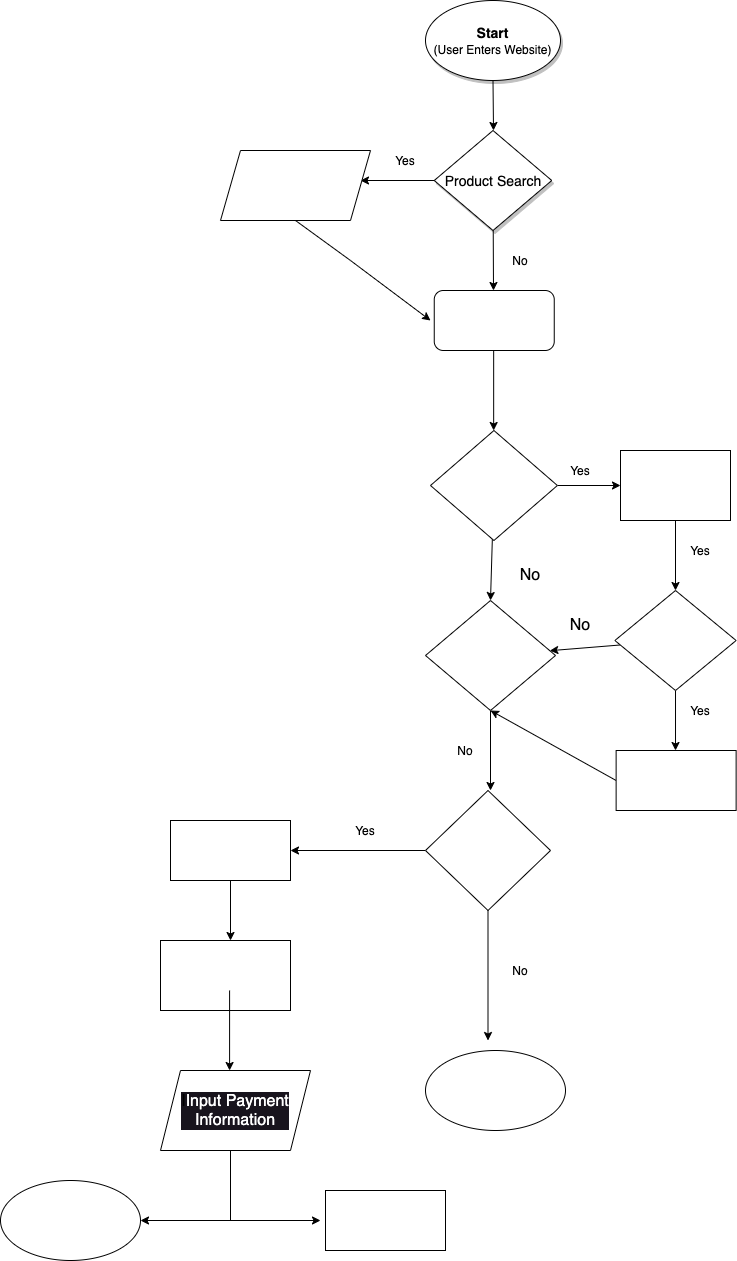
Before: explore/diagramming/diagram.drawio.png, a diagram exported from draw.io (namburiamit/sp23-cse110-lab4). Source tidied: cells renumbered, new cells last; positions are measured from the earlier drawing's top-left corner, leaving out a move shared by most shapes.
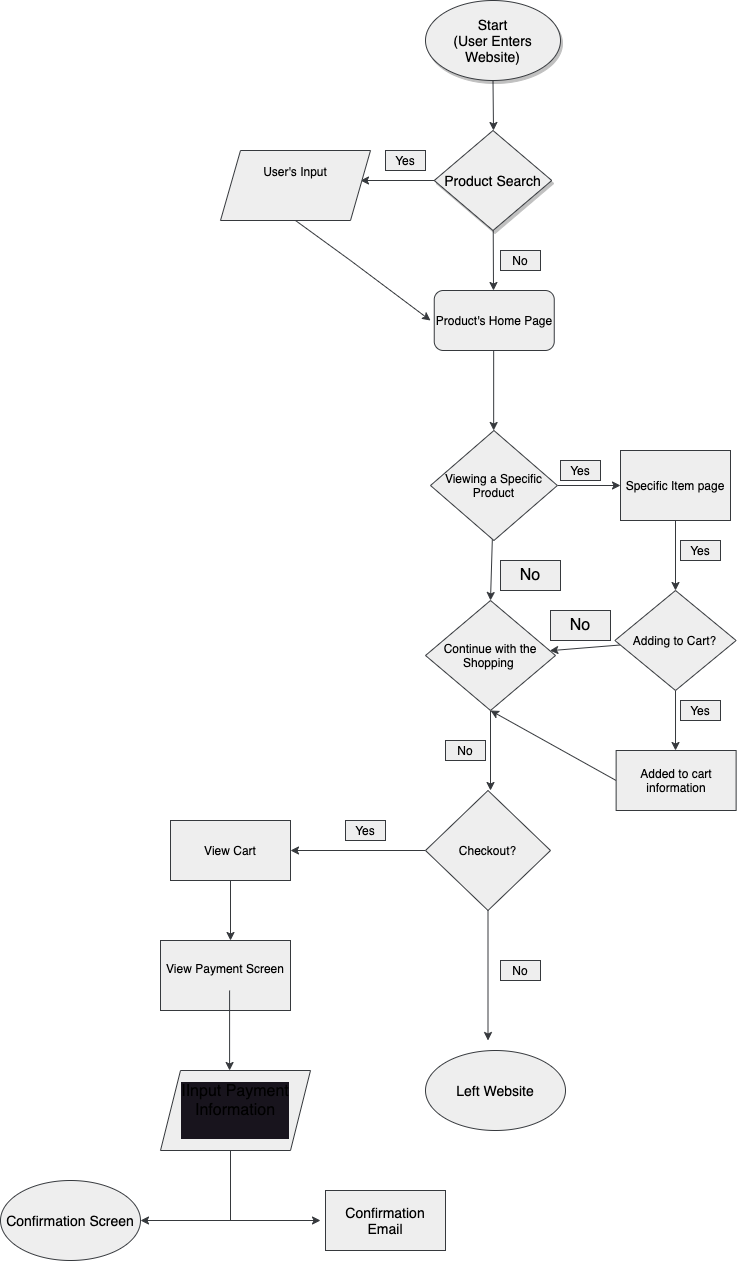
The same diagram one commit later.

Commit message:
diagram chanegs

Diff of the diagram source:
```diff
@@ -2,40 +2,40 @@
   <root>
     <mxCell id="0" />
     <mxCell id="1" parent="0" />
-    <mxCell id="2" style="edgeStyle=none;html=1;fontSize=14;strokeColor=#000000;" parent="1" edge="1" source="3">
+    <mxCell id="2" style="edgeStyle=none;fontSize=14;fillColor=#eeeeee;strokeColor=#36393d;fontColor=#000000;" parent="1" edge="1" source="3">
       <mxGeometry relative="1" as="geometry">
         <mxPoint x="493" y="130" as="targetPoint" />
       </mxGeometry>
     </mxCell>
-    <mxCell id="3" value="&lt;b style=&quot;font-size: 12px;&quot;&gt;&lt;font style=&quot;font-size: 14px;&quot;&gt;Start&lt;br&gt;&lt;/font&gt;&lt;/b&gt;&lt;span style=&quot;font-size: 12px;&quot;&gt;(User Enters Website)&lt;/span&gt;" style="ellipse;whiteSpace=wrap;html=1;shadow=1;fontSize=14;" parent="1" vertex="1">
+    <mxCell id="3" value="Start&#10;(User Enters Website)" style="ellipse;whiteSpace=wrap;shadow=1;fontSize=14;fillColor=#eeeeee;strokeColor=#36393d;fontColor=#000000;" parent="1" vertex="1">
       <mxGeometry x="425" width="135" height="80" as="geometry" />
     </mxCell>
-    <mxCell id="4" style="edgeStyle=none;html=1;strokeColor=#000000;" parent="1" edge="1" source="6">
+    <mxCell id="4" style="edgeStyle=none;fillColor=#eeeeee;strokeColor=#36393d;fontColor=#000000;" parent="1" edge="1" source="6">
       <mxGeometry relative="1" as="geometry">
         <mxPoint x="360" y="180" as="targetPoint" />
       </mxGeometry>
     </mxCell>
-    <mxCell id="5" style="edgeStyle=none;html=1;strokeColor=#000000;fontColor=#FFFFFF;" parent="1" edge="1" source="6">
+    <mxCell id="5" style="edgeStyle=none;fontColor=#000000;fillColor=#eeeeee;strokeColor=#36393d;" parent="1" edge="1" source="6">
       <mxGeometry relative="1" as="geometry">
         <mxPoint x="493" y="290" as="targetPoint" />
       </mxGeometry>
     </mxCell>
-    <mxCell id="6" value="Product Search" style="rhombus;whiteSpace=wrap;html=1;shadow=1;fontSize=14;" parent="1" vertex="1">
+    <mxCell id="6" value="Product Search" style="rhombus;whiteSpace=wrap;shadow=1;fontSize=14;fillColor=#eeeeee;strokeColor=#36393d;fontColor=#000000;" parent="1" vertex="1">
       <mxGeometry x="433.8" y="130" width="117.5" height="100" as="geometry" />
     </mxCell>
-    <mxCell id="7" value="&lt;font color=&quot;#000000&quot;&gt;Yes&lt;/font&gt;" style="text;strokeColor=none;align=center;fillColor=none;html=1;verticalAlign=middle;whiteSpace=wrap;rounded=0;" parent="1" vertex="1">
+    <mxCell id="7" value="Yes" style="text;align=center;verticalAlign=middle;whiteSpace=wrap;rounded=0;fillColor=#eeeeee;strokeColor=#36393d;fontColor=#000000;" parent="1" vertex="1">
       <mxGeometry x="385" y="150" width="40" height="20" as="geometry" />
     </mxCell>
-    <mxCell id="8" value="&lt;font color=&quot;#ffffff&quot;&gt;User's Input&lt;br&gt;&lt;br&gt;&lt;/font&gt;" style="shape=parallelogram;perimeter=parallelogramPerimeter;whiteSpace=wrap;html=1;fixedSize=1;fontColor=#000000;" parent="1" vertex="1">
+    <mxCell id="8" value="User's Input&#10;&#10;" style="shape=parallelogram;perimeter=parallelogramPerimeter;whiteSpace=wrap;fixedSize=1;fillColor=#eeeeee;strokeColor=#36393d;fontColor=#000000;" parent="1" vertex="1">
       <mxGeometry x="220" y="150" width="150" height="70" as="geometry" />
     </mxCell>
-    <mxCell id="9" value="Product's Home Page" style="rounded=1;whiteSpace=wrap;html=1;fontColor=#FFFFFF;" parent="1" vertex="1">
+    <mxCell id="9" value="Product's Home Page" style="rounded=1;whiteSpace=wrap;fillColor=#eeeeee;strokeColor=#36393d;fontColor=#000000;" parent="1" vertex="1">
       <mxGeometry x="433.8" y="290" width="120" height="60" as="geometry" />
     </mxCell>
-    <mxCell id="10" value="&lt;font color=&quot;#000000&quot;&gt;No&lt;/font&gt;" style="text;strokeColor=none;align=center;fillColor=none;html=1;verticalAlign=middle;whiteSpace=wrap;rounded=0;" parent="1" vertex="1">
+    <mxCell id="10" value="No" style="text;align=center;verticalAlign=middle;whiteSpace=wrap;rounded=0;fillColor=#eeeeee;strokeColor=#36393d;fontColor=#000000;" parent="1" vertex="1">
       <mxGeometry x="500" y="250" width="40" height="20" as="geometry" />
     </mxCell>
-    <mxCell id="11" style="edgeStyle=none;html=1;strokeColor=#000000;exitX=0.5;exitY=1;exitDx=0;exitDy=0;" parent="1" edge="1" source="8">
+    <mxCell id="11" style="edgeStyle=none;exitX=0.5;exitY=1;exitDx=0;exitDy=0;fillColor=#eeeeee;strokeColor=#36393d;fontColor=#000000;" parent="1" edge="1" source="8">
       <mxGeometry relative="1" as="geometry">
         <mxPoint x="430" y="320" as="targetPoint" />
         <Array as="points">
@@ -43,137 +43,137 @@
         </Array>
       </mxGeometry>
     </mxCell>
-    <mxCell id="12" style="edgeStyle=none;html=1;strokeColor=#000000;fontColor=#FFFFFF;" parent="1" edge="1">
+    <mxCell id="12" style="edgeStyle=none;fontColor=#000000;fillColor=#eeeeee;strokeColor=#36393d;" parent="1" edge="1">
       <mxGeometry relative="1" as="geometry">
         <mxPoint x="493.2" y="350" as="sourcePoint" />
         <mxPoint x="493.2" y="430" as="targetPoint" />
       </mxGeometry>
     </mxCell>
-    <mxCell id="13" style="edgeStyle=none;html=1;entryX=0;entryY=0.5;entryDx=0;entryDy=0;strokeColor=#000000;fontColor=#FFFFFF;" parent="1" edge="1" source="15" target="17">
+    <mxCell id="13" style="edgeStyle=none;entryX=0;entryY=0.5;entryDx=0;entryDy=0;fontColor=#000000;fillColor=#eeeeee;strokeColor=#36393d;" parent="1" edge="1" source="15" target="17">
       <mxGeometry relative="1" as="geometry" />
     </mxCell>
-    <mxCell id="14" style="edgeStyle=none;html=1;entryX=0.5;entryY=0;entryDx=0;entryDy=0;strokeColor=#000000;fontColor=#FFFFFF;" parent="1" edge="1" source="15" target="27">
+    <mxCell id="14" style="edgeStyle=none;entryX=0.5;entryY=0;entryDx=0;entryDy=0;fontColor=#000000;fillColor=#eeeeee;strokeColor=#36393d;" parent="1" edge="1" source="15" target="27">
       <mxGeometry relative="1" as="geometry" />
     </mxCell>
-    <mxCell id="15" value="Viewing a Specific Product" style="rhombus;whiteSpace=wrap;html=1;fontColor=#FFFFFF;" parent="1" vertex="1">
+    <mxCell id="15" value="Viewing a Specific Product" style="rhombus;whiteSpace=wrap;fillColor=#eeeeee;strokeColor=#36393d;fontColor=#000000;" parent="1" vertex="1">
       <mxGeometry x="430" y="430" width="126.9" height="110" as="geometry" />
     </mxCell>
-    <mxCell id="16" style="edgeStyle=none;html=1;strokeColor=#000000;fontColor=#FFFFFF;" parent="1" edge="1" source="17">
+    <mxCell id="16" style="edgeStyle=none;fontColor=#000000;fillColor=#eeeeee;strokeColor=#36393d;" parent="1" edge="1" source="17">
       <mxGeometry relative="1" as="geometry">
         <mxPoint x="675" y="590" as="targetPoint" />
       </mxGeometry>
     </mxCell>
-    <mxCell id="17" value="Specific Item page" style="whiteSpace=wrap;html=1;fontColor=#FFFFFF;" parent="1" vertex="1">
+    <mxCell id="17" value="Specific Item page" style="whiteSpace=wrap;fillColor=#eeeeee;strokeColor=#36393d;fontColor=#000000;" parent="1" vertex="1">
       <mxGeometry x="620" y="450" width="110" height="70" as="geometry" />
     </mxCell>
-    <mxCell id="18" value="&lt;font color=&quot;#000000&quot;&gt;Yes&lt;/font&gt;" style="text;strokeColor=none;align=center;fillColor=none;html=1;verticalAlign=middle;whiteSpace=wrap;rounded=0;" parent="1" vertex="1">
+    <mxCell id="18" value="Yes" style="text;align=center;verticalAlign=middle;whiteSpace=wrap;rounded=0;fillColor=#eeeeee;strokeColor=#36393d;fontColor=#000000;" parent="1" vertex="1">
       <mxGeometry x="560" y="460" width="40" height="20" as="geometry" />
     </mxCell>
-    <mxCell id="19" value="&lt;font color=&quot;#000000&quot;&gt;Yes&lt;/font&gt;" style="text;strokeColor=none;align=center;fillColor=none;html=1;verticalAlign=middle;whiteSpace=wrap;rounded=0;" parent="1" vertex="1">
+    <mxCell id="19" value="Yes" style="text;align=center;verticalAlign=middle;whiteSpace=wrap;rounded=0;fillColor=#eeeeee;strokeColor=#36393d;fontColor=#000000;" parent="1" vertex="1">
       <mxGeometry x="680" y="540" width="40" height="20" as="geometry" />
     </mxCell>
-    <mxCell id="20" style="edgeStyle=none;html=1;strokeColor=#000000;fontColor=#FFFFFF;" parent="1" edge="1" source="22">
+    <mxCell id="20" style="edgeStyle=none;fontColor=#000000;fillColor=#eeeeee;strokeColor=#36393d;" parent="1" edge="1" source="22">
       <mxGeometry relative="1" as="geometry">
         <mxPoint x="675" y="750" as="targetPoint" />
       </mxGeometry>
     </mxCell>
-    <mxCell id="21" style="edgeStyle=none;html=1;strokeColor=#000000;fontColor=#FFFFFF;" parent="1" edge="1" source="22" target="27">
+    <mxCell id="21" style="edgeStyle=none;fontColor=#000000;fillColor=#eeeeee;strokeColor=#36393d;" parent="1" edge="1" source="22" target="27">
       <mxGeometry relative="1" as="geometry" />
     </mxCell>
-    <mxCell id="22" value="Adding to Cart?" style="rhombus;whiteSpace=wrap;html=1;fontColor=#FFFFFF;" parent="1" vertex="1">
+    <mxCell id="22" value="Adding to Cart?" style="rhombus;whiteSpace=wrap;fillColor=#eeeeee;strokeColor=#36393d;fontColor=#000000;" parent="1" vertex="1">
       <mxGeometry x="614.4" y="590" width="121.2" height="100" as="geometry" />
     </mxCell>
-    <mxCell id="23" value="&lt;font color=&quot;#000000&quot;&gt;Yes&lt;/font&gt;" style="text;strokeColor=none;align=center;fillColor=none;html=1;verticalAlign=middle;whiteSpace=wrap;rounded=0;" parent="1" vertex="1">
+    <mxCell id="23" value="Yes" style="text;align=center;verticalAlign=middle;whiteSpace=wrap;rounded=0;fillColor=#eeeeee;strokeColor=#36393d;fontColor=#000000;" parent="1" vertex="1">
       <mxGeometry x="680" y="700" width="40" height="20" as="geometry" />
     </mxCell>
-    <mxCell id="24" style="edgeStyle=none;html=1;exitX=0;exitY=0.5;exitDx=0;exitDy=0;entryX=0.5;entryY=1;entryDx=0;entryDy=0;strokeColor=#000000;fontColor=#FFFFFF;" parent="1" edge="1" source="25" target="27">
+    <mxCell id="24" style="edgeStyle=none;exitX=0;exitY=0.5;exitDx=0;exitDy=0;entryX=0.5;entryY=1;entryDx=0;entryDy=0;fontColor=#000000;fillColor=#eeeeee;strokeColor=#36393d;" parent="1" edge="1" source="25" target="27">
       <mxGeometry relative="1" as="geometry" />
     </mxCell>
-    <mxCell id="25" value="Added to cart information" style="whiteSpace=wrap;html=1;fontColor=#FFFFFF;" parent="1" vertex="1">
+    <mxCell id="25" value="Added to cart information" style="whiteSpace=wrap;fillColor=#eeeeee;strokeColor=#36393d;fontColor=#000000;" parent="1" vertex="1">
       <mxGeometry x="615.6" y="750" width="120" height="60" as="geometry" />
     </mxCell>
-    <mxCell id="26" style="edgeStyle=none;html=1;strokeColor=#000000;fontColor=#FFFFFF;" parent="1" edge="1">
+    <mxCell id="26" style="edgeStyle=none;fontColor=#000000;fillColor=#eeeeee;strokeColor=#36393d;" parent="1" edge="1">
       <mxGeometry relative="1" as="geometry">
         <mxPoint x="490" y="710" as="sourcePoint" />
         <mxPoint x="490" y="790" as="targetPoint" />
       </mxGeometry>
     </mxCell>
-    <mxCell id="27" value="Continue with the Shopping&amp;nbsp;" style="rhombus;whiteSpace=wrap;html=1;fontColor=#FFFFFF;" parent="1" vertex="1">
+    <mxCell id="27" value="Continue with the Shopping " style="rhombus;whiteSpace=wrap;fillColor=#eeeeee;strokeColor=#36393d;fontColor=#000000;" parent="1" vertex="1">
       <mxGeometry x="425" y="600" width="130" height="110" as="geometry" />
     </mxCell>
-    <mxCell id="28" value="&lt;font color=&quot;#000000&quot;&gt;No&lt;/font&gt;" style="text;strokeColor=none;align=center;fillColor=none;html=1;verticalAlign=middle;whiteSpace=wrap;rounded=0;" parent="1" vertex="1">
+    <mxCell id="28" value="No" style="text;align=center;verticalAlign=middle;whiteSpace=wrap;rounded=0;fillColor=#eeeeee;strokeColor=#36393d;fontColor=#000000;" parent="1" vertex="1">
       <mxGeometry x="445" y="740" width="40" height="20" as="geometry" />
     </mxCell>
-    <mxCell id="29" style="edgeStyle=none;html=1;strokeColor=#000000;fontColor=#FFFFFF;" parent="1" edge="1" source="31">
+    <mxCell id="29" style="edgeStyle=none;fontColor=#000000;fillColor=#eeeeee;strokeColor=#36393d;" parent="1" edge="1" source="31">
       <mxGeometry relative="1" as="geometry">
         <mxPoint x="290" y="850" as="targetPoint" />
       </mxGeometry>
     </mxCell>
-    <mxCell id="30" style="edgeStyle=none;html=1;strokeColor=#000000;fontSize=16;fontColor=#FFFFFF;" parent="1" edge="1" source="31">
+    <mxCell id="30" style="edgeStyle=none;fontSize=16;fontColor=#000000;fillColor=#eeeeee;strokeColor=#36393d;" parent="1" edge="1" source="31">
       <mxGeometry relative="1" as="geometry">
         <mxPoint x="487.5" y="1040" as="targetPoint" />
       </mxGeometry>
     </mxCell>
-    <mxCell id="31" value="Checkout?" style="rhombus;whiteSpace=wrap;html=1;fontColor=#FFFFFF;" parent="1" vertex="1">
+    <mxCell id="31" value="Checkout?" style="rhombus;whiteSpace=wrap;fillColor=#eeeeee;strokeColor=#36393d;fontColor=#000000;" parent="1" vertex="1">
       <mxGeometry x="425" y="790" width="125" height="120" as="geometry" />
     </mxCell>
-    <mxCell id="32" value="&lt;font color=&quot;#000000&quot;&gt;Yes&lt;/font&gt;" style="text;strokeColor=none;align=center;fillColor=none;html=1;verticalAlign=middle;whiteSpace=wrap;rounded=0;" parent="1" vertex="1">
+    <mxCell id="32" value="Yes" style="text;align=center;verticalAlign=middle;whiteSpace=wrap;rounded=0;fillColor=#eeeeee;strokeColor=#36393d;fontColor=#000000;" parent="1" vertex="1">
       <mxGeometry x="345" y="820" width="40" height="20" as="geometry" />
     </mxCell>
-    <mxCell id="33" style="edgeStyle=none;html=1;strokeColor=#000000;fontColor=#FFFFFF;" parent="1" edge="1" source="34">
+    <mxCell id="33" style="edgeStyle=none;fontColor=#000000;fillColor=#eeeeee;strokeColor=#36393d;" parent="1" edge="1" source="34">
       <mxGeometry relative="1" as="geometry">
         <mxPoint x="230" y="940" as="targetPoint" />
       </mxGeometry>
     </mxCell>
-    <mxCell id="34" value="View Cart" style="whiteSpace=wrap;html=1;fontColor=#FFFFFF;" parent="1" vertex="1">
+    <mxCell id="34" value="View Cart" style="whiteSpace=wrap;fillColor=#eeeeee;strokeColor=#36393d;fontColor=#000000;" parent="1" vertex="1">
       <mxGeometry x="170" y="820" width="120" height="60" as="geometry" />
     </mxCell>
-    <mxCell id="35" value="View Payment Screen&lt;br&gt;" style="whiteSpace=wrap;html=1;fontColor=#FFFFFF;" parent="1" vertex="1">
+    <mxCell id="35" value="View Payment Screen&#10;" style="whiteSpace=wrap;fillColor=#eeeeee;strokeColor=#36393d;fontColor=#000000;" parent="1" vertex="1">
       <mxGeometry x="160" y="940" width="130" height="70" as="geometry" />
     </mxCell>
-    <mxCell id="36" style="endArrow=none;html=1;strokeColor=#000000;fontSize=14;fontColor=#FFFFFF;exitX=0.5;exitY=1;exitDx=0;exitDy=0;" parent="1" edge="1">
+    <mxCell id="36" style="endArrow=none;fontSize=14;fontColor=#000000;exitX=0.5;exitY=1;exitDx=0;exitDy=0;fillColor=#eeeeee;strokeColor=#36393d;" parent="1" edge="1">
       <mxGeometry relative="1" as="geometry">
         <mxPoint x="230" y="1140" as="sourcePoint" />
         <mxPoint x="230" y="1220" as="targetPoint" />
       </mxGeometry>
     </mxCell>
-    <mxCell id="37" style="edgeStyle=none;html=1;strokeColor=#000000;fontColor=#FFFFFF;" parent="1" edge="1">
+    <mxCell id="37" style="edgeStyle=none;fontColor=#000000;fillColor=#eeeeee;strokeColor=#36393d;" parent="1" edge="1">
       <mxGeometry relative="1" as="geometry">
         <mxPoint x="229.1" y="990" as="sourcePoint" />
         <mxPoint x="229.1" y="1070" as="targetPoint" />
       </mxGeometry>
     </mxCell>
-    <mxCell id="38" style="edgeStyle=none;html=1;strokeColor=#000000;fontColor=#FFFFFF;" parent="1" edge="1">
+    <mxCell id="38" style="edgeStyle=none;fontColor=#000000;fillColor=#eeeeee;strokeColor=#36393d;" parent="1" edge="1">
       <mxGeometry relative="1" as="geometry">
         <mxPoint x="229.1" y="1220" as="sourcePoint" />
         <mxPoint x="320" y="1220" as="targetPoint" />
       </mxGeometry>
     </mxCell>
-    <mxCell id="39" style="edgeStyle=none;html=1;strokeColor=#000000;fontColor=#FFFFFF;" parent="1" edge="1">
+    <mxCell id="39" style="edgeStyle=none;fontColor=#000000;fillColor=#eeeeee;strokeColor=#36393d;" parent="1" edge="1">
       <mxGeometry relative="1" as="geometry">
         <mxPoint x="239.1" y="1220" as="sourcePoint" />
         <mxPoint x="140" y="1220" as="targetPoint" />
       </mxGeometry>
     </mxCell>
-    <mxCell id="40" value="Confirmation Email" style="whiteSpace=wrap;html=1;fontSize=14;fontColor=#FFFFFF;" parent="1" vertex="1">
+    <mxCell id="40" value="Confirmation Email" style="whiteSpace=wrap;fontSize=14;fillColor=#eeeeee;strokeColor=#36393d;fontColor=#000000;" parent="1" vertex="1">
       <mxGeometry x="325" y="1190" width="120" height="60" as="geometry" />
     </mxCell>
-    <mxCell id="41" value="&lt;font style=&quot;font-size: 16px;&quot;&gt;Confirmation Screen&lt;/font&gt;" style="ellipse;whiteSpace=wrap;html=1;fontSize=14;fontColor=#FFFFFF;" parent="1" vertex="1">
+    <mxCell id="41" value="Confirmation Screen" style="ellipse;whiteSpace=wrap;fontSize=14;fillColor=#eeeeee;strokeColor=#36393d;fontColor=#000000;" parent="1" vertex="1">
       <mxGeometry y="1180" width="140" height="80" as="geometry" />
     </mxCell>
-    <mxCell id="42" value="&lt;font color=&quot;#000000&quot;&gt;No&lt;/font&gt;" style="text;strokeColor=none;align=center;fillColor=none;html=1;verticalAlign=middle;whiteSpace=wrap;rounded=0;" parent="1" vertex="1">
+    <mxCell id="42" value="No" style="text;align=center;verticalAlign=middle;whiteSpace=wrap;rounded=0;fillColor=#eeeeee;strokeColor=#36393d;fontColor=#000000;" parent="1" vertex="1">
       <mxGeometry x="500" y="960" width="40" height="20" as="geometry" />
     </mxCell>
-    <mxCell id="43" value="Left Website" style="ellipse;whiteSpace=wrap;html=1;fontSize=14;fontColor=#FFFFFF;" parent="1" vertex="1">
+    <mxCell id="43" value="Left Website" style="ellipse;whiteSpace=wrap;fontSize=14;fillColor=#eeeeee;strokeColor=#36393d;fontColor=#000000;" parent="1" vertex="1">
       <mxGeometry x="425" y="1050" width="140" height="80" as="geometry" />
     </mxCell>
-    <mxCell id="44" value="&lt;font color=&quot;#000000&quot;&gt;No&lt;/font&gt;" style="text;strokeColor=none;align=center;fillColor=none;html=1;verticalAlign=middle;whiteSpace=wrap;rounded=0;fontSize=16;fontColor=#FFFFFF;" parent="1" vertex="1">
+    <mxCell id="44" value="No" style="text;align=center;verticalAlign=middle;whiteSpace=wrap;rounded=0;fontSize=16;fillColor=#eeeeee;strokeColor=#36393d;fontColor=#000000;" parent="1" vertex="1">
       <mxGeometry x="500" y="560" width="60" height="30" as="geometry" />
     </mxCell>
-    <mxCell id="45" value="&lt;font color=&quot;#000000&quot;&gt;No&lt;/font&gt;" style="text;strokeColor=none;align=center;fillColor=none;html=1;verticalAlign=middle;whiteSpace=wrap;rounded=0;fontSize=16;fontColor=#FFFFFF;" parent="1" vertex="1">
+    <mxCell id="45" value="No" style="text;align=center;verticalAlign=middle;whiteSpace=wrap;rounded=0;fontSize=16;fillColor=#eeeeee;strokeColor=#36393d;fontColor=#000000;" parent="1" vertex="1">
       <mxGeometry x="550" y="610" width="60" height="30" as="geometry" />
     </mxCell>
-    <mxCell id="46" value="I&lt;font color=&quot;#ffffff&quot;&gt;Input Payment&lt;br&gt;Information&lt;br&gt;&lt;/font&gt;" style="shape=parallelogram;perimeter=parallelogramPerimeter;whiteSpace=wrap;html=1;fixedSize=1;labelBackgroundColor=#18141D;fontSize=16;fontColor=#000000;" parent="1" vertex="1">
+    <mxCell id="46" value="IInput Payment&#10;Information&#10;" style="shape=parallelogram;perimeter=parallelogramPerimeter;whiteSpace=wrap;fixedSize=1;labelBackgroundColor=#18141D;fontSize=16;fillColor=#eeeeee;strokeColor=#36393d;fontColor=#000000;" parent="1" vertex="1">
       <mxGeometry x="160" y="1070" width="150" height="80" as="geometry" />
     </mxCell>
   </root>
```
